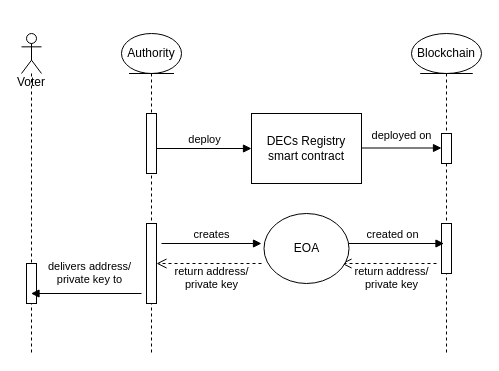
Earlier version of the draw.io diagram page "Phase 0" (1 of 5) of docs/diagrams/agora_main_sequence_diagrams.drawio (nova-collective/agora). Source tidied: cells renumbered, new cells numbered last; positions are measured from the earlier drawing's top-left corner, leaving out a move shared by most shapes. Both pictures are drawn from the tidied source at 100%, with x=0, y=0 at pixel (21, 33).
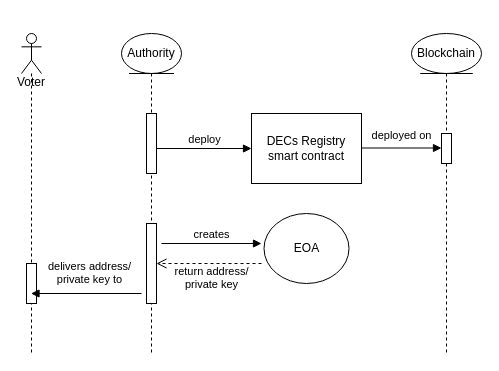
The same diagram, later.

Unchanged cells that the change refers to:
```xml
<mxCell id="8" value="Blockchain" style="shape=umlLifeline;perimeter=lifelinePerimeter;whiteSpace=wrap;html=1;newEdgeStyle={&quot;curved&quot;:0,&quot;rounded&quot;:0};participant=umlEntity;" parent="1" vertex="1">
  <mxGeometry x="390" width="70" height="320" as="geometry" />
</mxCell>
```

Change to the diagram source:
```diff
@@
-    <mxCell id="10" style="html=1;perimeter=orthogonalPerimeter;targetShapes=umlLifeline;newEdgeStyle={&quot;curved&quot;:0,&quot;rounded&quot;:0};" parent="8" vertex="1">
-      <mxGeometry x="30" y="190" width="10" height="50" as="geometry" />
-    </mxCell>
@@
-    <mxCell id="12" value="return address/&lt;div&gt;private key&lt;/div&gt;" style="html=1;verticalAlign=bottom;endArrow=open;dashed=1;endSize=8;curved=0;rounded=0;exitX=0;exitY=0.75;exitDx=0;exitDy=0;" parent="1" edge="1">
-      <mxGeometry x="-0.05" y="30" relative="1" as="geometry">
-        <mxPoint x="415" y="230" as="sourcePoint" />
-        <mxPoint x="320" y="230" as="targetPoint" />
-      </mxGeometry>
-    </mxCell>
@@
-    <mxCell id="17" value="created on" style="html=1;verticalAlign=bottom;endArrow=block;curved=0;rounded=0;entryX=0;entryY=0.5;entryDx=0;entryDy=0;" parent="1" edge="1">
-      <mxGeometry x="-0.11" relative="1" as="geometry">
-        <mxPoint x="327.5" y="210" as="sourcePoint" />
-        <mxPoint x="422.5" y="210" as="targetPoint" />
-        <mxPoint x="1" as="offset" />
-      </mxGeometry>
-    </mxCell>
```
